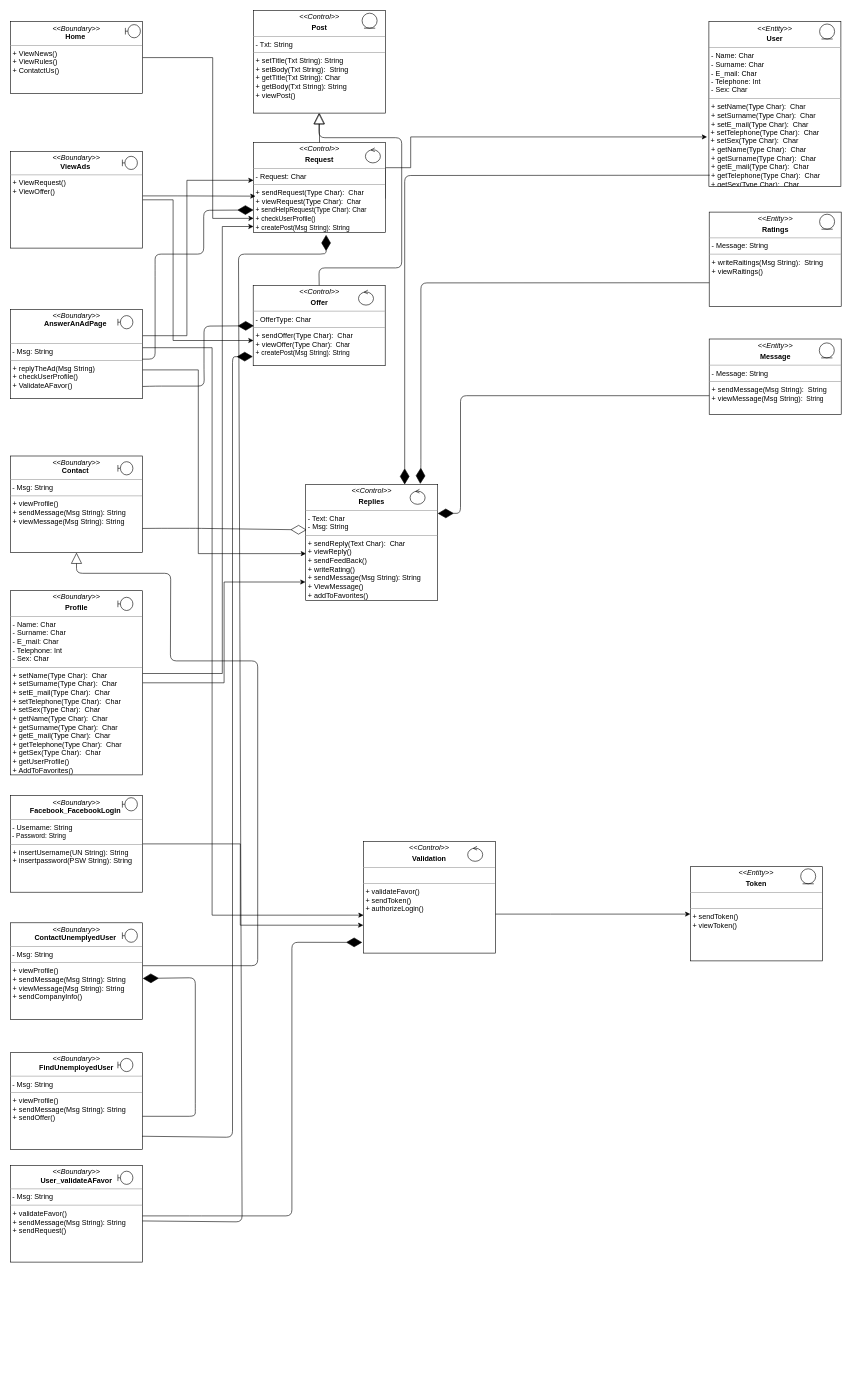
Earlier version of the draw.io diagram ClassDiagram.drawio (Torkin1/ISPW_project). Source tidied: cells renumbered, new cells numbered last; positions are measured from the earlier drawing's top-left corner, leaving out a move shared by most shapes. Both pictures are drawn from the tidied source at 60%, with x=0, y=0 at pixel (10, 10).
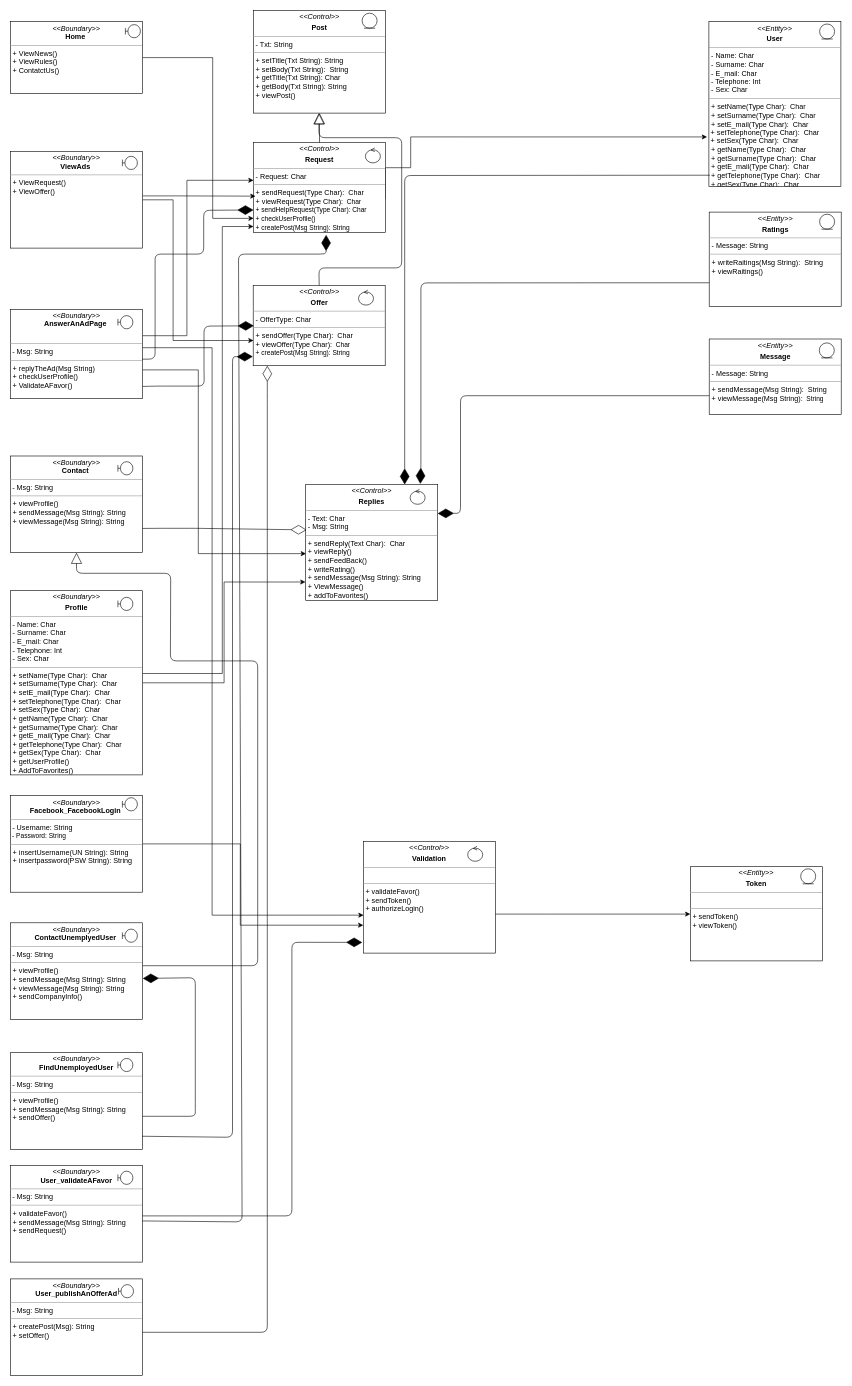
The same page after the edit.

The change refers to these unchanged cells:
```xml
<mxCell id="4" value="&lt;p style=&quot;margin: 0px ; margin-top: 4px ; text-align: center&quot;&gt;&lt;font style=&quot;font-size: 12px&quot;&gt;&lt;i&gt;&amp;lt;&amp;lt;Control&amp;gt;&amp;gt;&lt;/i&gt;&lt;br&gt;&lt;/font&gt;&lt;/p&gt;&lt;p style=&quot;margin: 0px ; margin-top: 4px ; text-align: center&quot;&gt;&lt;font style=&quot;font-size: 12px&quot;&gt;&lt;b&gt;Offer&lt;/b&gt;&lt;/font&gt;&lt;/p&gt;&lt;hr size=&quot;1&quot;&gt;&lt;p style=&quot;margin: 0px 0px 0px 4px&quot;&gt;&lt;font style=&quot;font-size: 12px&quot;&gt;- OfferType: Char&lt;br&gt;&lt;/font&gt;&lt;/p&gt;&lt;hr size=&quot;1&quot;&gt;&lt;p style=&quot;margin: 0px 0px 0px 4px&quot;&gt;+ sendOffer(Type Char):&amp;nbsp; Char&lt;br&gt;+ viewOffer(Type Char):&lt;font style=&quot;font-size: 11px&quot;&gt;&amp;nbsp; Char&lt;/font&gt;&lt;/p&gt;&lt;p style=&quot;margin: 0px 0px 0px 4px&quot;&gt;&lt;font style=&quot;font-size: 11px&quot;&gt;+ createPost(Msg String): String&lt;/font&gt;&lt;/p&gt;" style="verticalAlign=top;align=left;overflow=fill;fontSize=12;fontFamily=Helvetica;html=1;rounded=0;shadow=0;comic=0;labelBackgroundColor=none;strokeWidth=1;" parent="1" vertex="1">
  <mxGeometry x="404.5" y="458" width="220" height="134" as="geometry" />
</mxCell>
```

Diff of the diagram source:
```diff
@@
+    <mxCell id="62" value="&lt;p style=&quot;margin: 0px ; margin-top: 4px ; text-align: center&quot;&gt;&lt;i&gt;&amp;lt;&amp;lt;Boundary&amp;gt;&amp;gt;&lt;/i&gt;&lt;br&gt;&lt;b&gt;User_publishAnOfferAd&lt;/b&gt;&lt;/p&gt;&lt;hr size=&quot;1&quot;&gt;&lt;p style=&quot;margin: 0px 0px 0px 4px&quot;&gt;&lt;/p&gt;&lt;font style=&quot;font-size: 11px&quot;&gt;&lt;span style=&quot;font-size: 12px&quot;&gt;&amp;nbsp;- Msg: String&lt;/span&gt;&lt;br&gt;&lt;hr size=&quot;1&quot; style=&quot;font-size: 12px&quot;&gt;&lt;p style=&quot;font-size: 12px ; margin: 0px 0px 0px 4px&quot;&gt;+ createPost(Msg): String&lt;br&gt;&lt;/p&gt;&lt;p style=&quot;font-size: 12px ; margin: 0px 0px 0px 4px&quot;&gt;+ setOffer()&lt;/p&gt;&lt;p style=&quot;font-size: 12px ; margin: 0px 0px 0px 4px&quot;&gt;&lt;br&gt;&lt;/p&gt;&lt;/font&gt;" style="verticalAlign=top;align=left;overflow=fill;fontSize=12;fontFamily=Helvetica;html=1;rounded=0;shadow=0;comic=0;labelBackgroundColor=none;strokeWidth=1;" parent="1" vertex="1">
+      <mxGeometry y="2114" width="220" height="161" as="geometry" />
+    </mxCell>
+    <mxCell id="63" style="shape=umlBoundary;whiteSpace=wrap;html=1;" parent="1" vertex="1">
+      <mxGeometry x="180" y="2123.5" width="25" height="22" as="geometry" />
+    </mxCell>
+    <mxCell id="64" style="endArrow=diamondThin;endFill=0;endSize=24;html=1;entryX=0.107;entryY=1;entryDx=0;entryDy=0;entryPerimeter=0;" parent="1" edge="1" target="4">
+      <mxGeometry relative="1" as="geometry">
+        <mxPoint x="220" y="2203" as="sourcePoint" />
+        <Array as="points">
+          <mxPoint x="428" y="2203" />
+          <mxPoint x="428" y="647" />
+        </Array>
+      </mxGeometry>
+    </mxCell>
```
